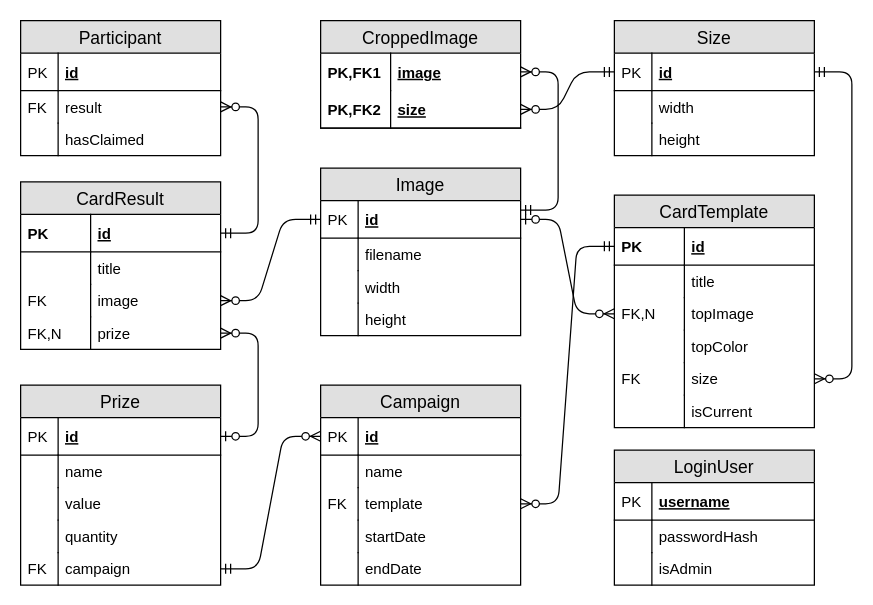
Before: RivalProjectERD.drawio in janjosef777/RivalProject, a draw.io diagram. Source tidied: cells renumbered, new cells numbered last; positions are measured from the earlier drawing's top-left corner, leaving out a move shared by most shapes. Both pictures are drawn from the tidied source at 125%, with x=0, y=0 at pixel (20, 20).
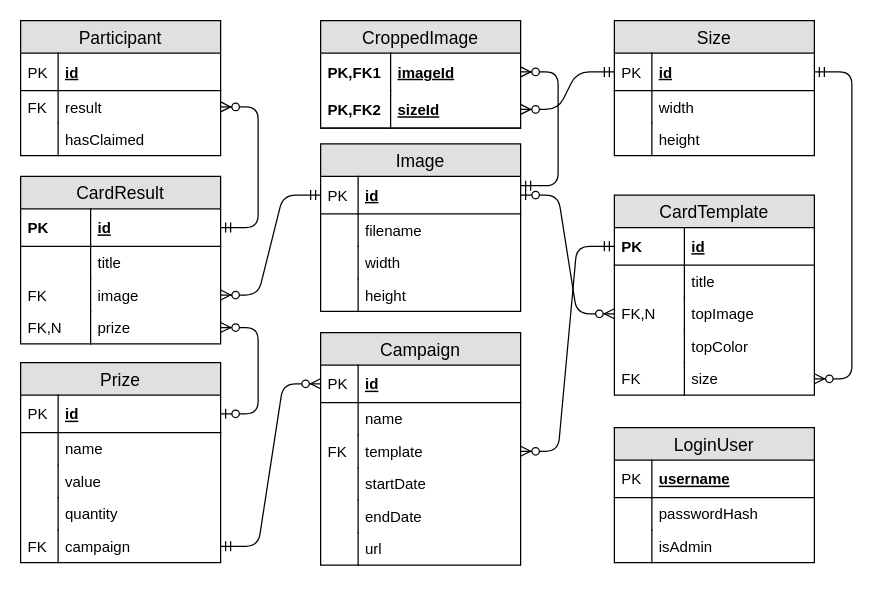
Above is the later version.

Commit message:
Rename CroppedImage columns, remove CardTemplate.isCurrent, add Campaign.url

Unchanged cells that the change refers to:
```xml
<mxCell id="29" value="CroppedImage" style="swimlane;fontStyle=0;horizontal=1;startSize=26;fillColor=#e0e0e0;swimlaneFillColor=#ffffff;align=center;fontSize=14;" parent="1" vertex="1">
  <mxGeometry x="240" width="160" height="86" as="geometry" />
</mxCell>
```

Change to the diagram source:
```diff
@@
     <mxCell id="2" value="LoginUser" style="swimlane;fontStyle=0;horizontal=1;startSize=26;fillColor=#e0e0e0;swimlaneFillColor=#ffffff;align=center;fontSize=14;" parent="1" vertex="1">
-      <mxGeometry x="475" y="343.5" width="160" height="108" as="geometry" />
+      <mxGeometry x="475" y="325.5" width="160" height="108" as="geometry" />
     </mxCell>
@@
     <mxCell id="9" value="Prize" style="swimlane;fontStyle=0;horizontal=1;startSize=26;fillColor=#e0e0e0;swimlaneFillColor=#ffffff;align=center;fontSize=14;" parent="1" vertex="1">
-      <mxGeometry y="291.5" width="160" height="160" as="geometry" />
+      <mxGeometry y="273.5" width="160" height="160" as="geometry" />
     </mxCell>
@@
     <mxCell id="20" value="Image" style="swimlane;fontStyle=0;horizontal=1;startSize=26;fillColor=#e0e0e0;swimlaneFillColor=#ffffff;align=center;fontSize=14;" parent="1" vertex="1">
-      <mxGeometry x="240" y="118" width="160" height="134" as="geometry" />
+      <mxGeometry x="240" y="98.5" width="160" height="134" as="geometry" />
     </mxCell>
@@
-    <mxCell id="30" value="image" style="shape=partialRectangle;top=0;left=0;right=0;bottom=0;align=left;verticalAlign=middle;fillColor=none;spacingLeft=60;spacingRight=4;overflow=hidden;points=[[0,0.5],[1,0.5]];portConstraint=eastwest;fontStyle=5;fontSize=12;" parent="29" vertex="1">
+    <mxCell id="30" value="imageId" style="shape=partialRectangle;top=0;left=0;right=0;bottom=0;align=left;verticalAlign=middle;fillColor=none;spacingLeft=60;spacingRight=4;overflow=hidden;points=[[0,0.5],[1,0.5]];portConstraint=eastwest;fontStyle=5;fontSize=12;" parent="29" vertex="1">
       <mxGeometry y="26" width="160" height="30" as="geometry" />
     </mxCell>
@@
-    <mxCell id="32" value="size" style="shape=partialRectangle;top=0;left=0;right=0;bottom=1;align=left;verticalAlign=middle;fillColor=none;spacingLeft=60;spacingRight=4;overflow=hidden;points=[[0,0.5],[1,0.5]];portConstraint=eastwest;fontStyle=5;fontSize=12;" parent="29" vertex="1">
+    <mxCell id="32" value="sizeId" style="shape=partialRectangle;top=0;left=0;right=0;bottom=1;align=left;verticalAlign=middle;fillColor=none;spacingLeft=60;spacingRight=4;overflow=hidden;points=[[0,0.5],[1,0.5]];portConstraint=eastwest;fontStyle=5;fontSize=12;" parent="29" vertex="1">
       <mxGeometry y="56" width="160" height="30" as="geometry" />
     </mxCell>
@@
     <mxCell id="55" value="CardResult" style="swimlane;fontStyle=0;horizontal=1;startSize=26;fillColor=#e0e0e0;swimlaneFillColor=#ffffff;align=center;fontSize=14;" parent="1" vertex="1">
-      <mxGeometry y="129" width="160" height="134" as="geometry" />
+      <mxGeometry y="124.5" width="160" height="134" as="geometry" />
     </mxCell>
@@
     <mxCell id="64" value="CardTemplate" style="swimlane;fontStyle=0;horizontal=1;startSize=26;fillColor=#e0e0e0;swimlaneFillColor=#ffffff;align=center;fontSize=14;" parent="1" vertex="1">
-      <mxGeometry x="475" y="139.5" width="160" height="186" as="geometry" />
+      <mxGeometry x="475" y="139.5" width="160" height="160" as="geometry" />
     </mxCell>
@@
-    <mxCell id="75" value="isCurrent" style="shape=partialRectangle;top=0;left=0;right=0;bottom=0;align=left;verticalAlign=top;fillColor=none;spacingLeft=60;spacingRight=4;overflow=hidden;fontSize=12;" parent="64" vertex="1">
-      <mxGeometry y="160" width="160" height="26" as="geometry" />
-    </mxCell>
-    <mxCell id="76" style="shape=partialRectangle;top=0;left=0;bottom=0;fillColor=none;align=left;verticalAlign=top;spacingLeft=4;spacingRight=4;overflow=hidden;fontSize=12;" parent="75" vertex="1">
-      <mxGeometry width="56" height="26" as="geometry" />
-    </mxCell>
     <mxCell id="77" value="Campaign" style="swimlane;fontStyle=0;horizontal=1;startSize=26;fillColor=#e0e0e0;swimlaneFillColor=#ffffff;align=center;fontSize=14;" parent="1" vertex="1">
-      <mxGeometry x="240" y="291.5" width="160" height="160" as="geometry" />
+      <mxGeometry x="240" y="249.5" width="160" height="186" as="geometry" />
     </mxCell>
@@
+    <mxCell id="90" value="endDate" style="shape=partialRectangle;top=0;left=0;right=0;bottom=0;align=left;verticalAlign=top;fillColor=none;spacingLeft=34;spacingRight=4;overflow=hidden;fontSize=12;" parent="77" vertex="1">
+      <mxGeometry y="134" width="160" height="26" as="geometry" />
+    </mxCell>
+    <mxCell id="91" style="shape=partialRectangle;top=0;left=0;bottom=0;fillColor=none;align=left;verticalAlign=top;spacingLeft=4;spacingRight=4;overflow=hidden;fontSize=12;" parent="90" vertex="1">
+      <mxGeometry width="30" height="26" as="geometry" />
+    </mxCell>
-    <mxCell id="86" value="endDate" style="shape=partialRectangle;top=0;left=0;right=0;bottom=0;align=left;verticalAlign=top;fillColor=none;spacingLeft=34;spacingRight=4;overflow=hidden;fontSize=12;" parent="77" vertex="1">
-      <mxGeometry y="134" width="160" height="26" as="geometry" />
+    <mxCell id="86" value="url" style="shape=partialRectangle;top=0;left=0;right=0;bottom=0;align=left;verticalAlign=top;fillColor=none;spacingLeft=34;spacingRight=4;overflow=hidden;fontSize=12;" parent="77" vertex="1">
+      <mxGeometry y="160" width="160" height="26" as="geometry" />
     </mxCell>
```
